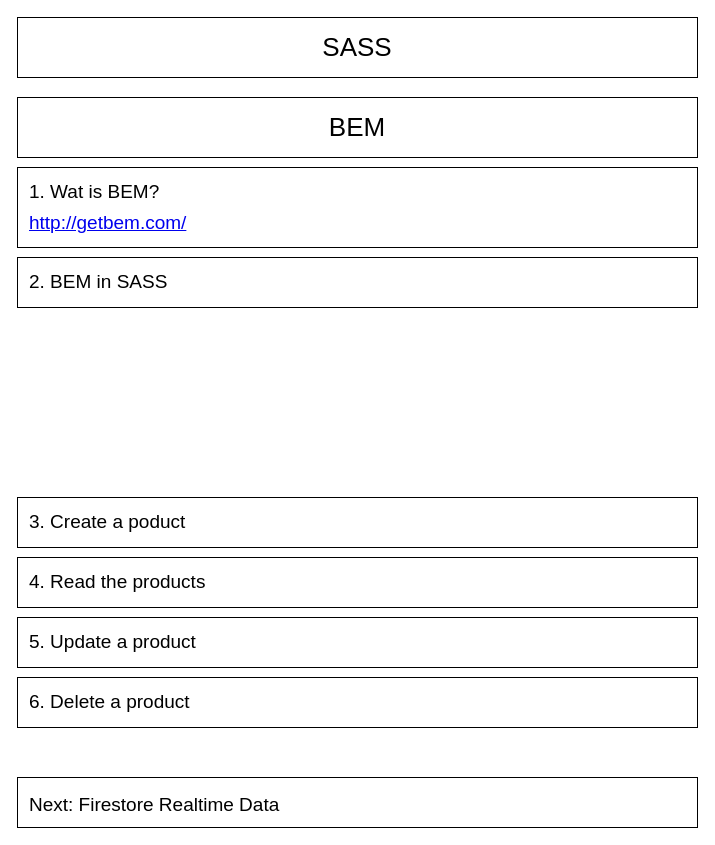
Above: page "BEM" (7 of 7) of schemes/sass.drawio in timdpaep/screencast-assets (draw.io), before the change. Source tidied: cells renumbered, new cells numbered last; positions are measured from the earlier drawing's top-left corner, leaving out a move shared by most shapes. Both pictures are drawn from the tidied source at 100%, with x=0, y=0 at pixel (17, 17).
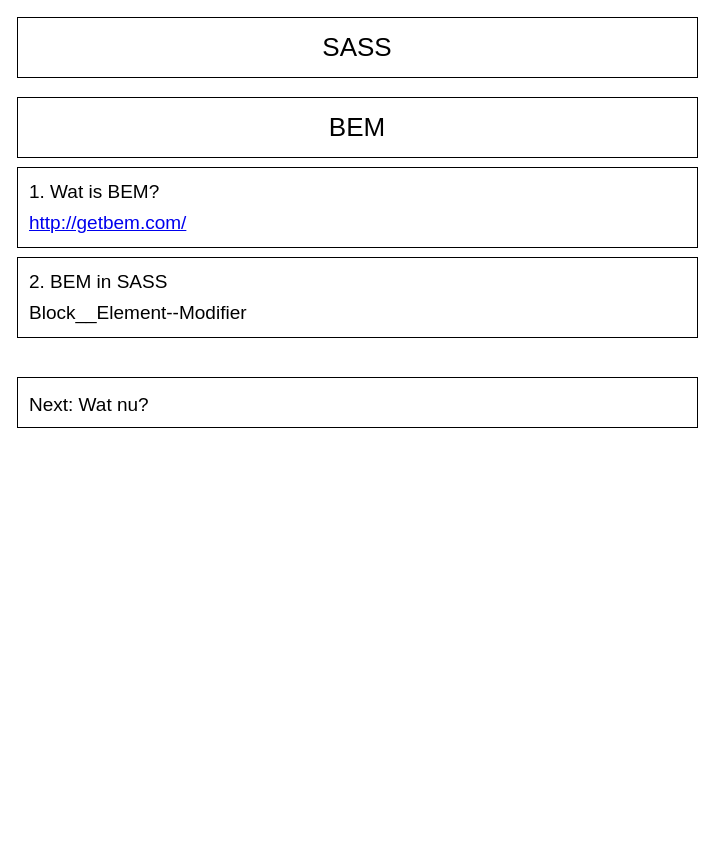
The same page after the edit.

Commit message (it also covers changes not shown here):
added the sass learning schema

What changed in the source:
```diff
@@
 <mxGraphModel>
   <root>
     <mxCell id="0" />
     <mxCell id="1" parent="0" />
     <mxCell id="2" value="&lt;font&gt;&lt;span style=&quot;font-size: 19px&quot;&gt;1. Wat is BEM?&lt;/span&gt;&lt;br&gt;&lt;span style=&quot;font-size: 19px&quot;&gt;&lt;a href=&quot;http://getbem.com/&quot;&gt;http://getbem.com/&lt;/a&gt;&lt;/span&gt;&lt;br&gt;&lt;/font&gt;" style="rounded=0;whiteSpace=wrap;html=1;fontSize=26;align=left;spacingLeft=10;verticalAlign=top;" parent="1" vertex="1">
       <mxGeometry y="150" width="680" height="80" as="geometry" />
     </mxCell>
     <mxCell id="3" value="BEM" style="rounded=0;whiteSpace=wrap;html=1;fontSize=26;" parent="1" vertex="1">
       <mxGeometry y="80" width="680" height="60" as="geometry" />
     </mxCell>
-    <mxCell id="4" value="&lt;font&gt;&lt;span style=&quot;font-size: 19px&quot;&gt;2. BEM in SASS&lt;/span&gt;&lt;span style=&quot;font-size: 19px&quot;&gt;&lt;br&gt;&lt;/span&gt;&lt;/font&gt;" style="rounded=0;whiteSpace=wrap;html=1;fontSize=26;align=left;spacingLeft=10;verticalAlign=top;" parent="1" vertex="1">
-      <mxGeometry y="240" width="680" height="50" as="geometry" />
+    <mxCell id="4" value="&lt;font&gt;&lt;span style=&quot;font-size: 19px&quot;&gt;2. BEM in SASS&lt;br&gt;&lt;/span&gt;&lt;span style=&quot;font-size: 19px&quot;&gt;Block__Element--Modifier&lt;br&gt;&lt;/span&gt;&lt;/font&gt;" style="rounded=0;whiteSpace=wrap;html=1;fontSize=26;align=left;spacingLeft=10;verticalAlign=top;" parent="1" vertex="1">
+      <mxGeometry y="240" width="680" height="80" as="geometry" />
     </mxCell>
-    <mxCell id="5" value="&lt;font style=&quot;font-size: 19px&quot;&gt;Next: Firestore Realtime Data&lt;br&gt;&lt;/font&gt;" style="rounded=0;whiteSpace=wrap;html=1;fontSize=26;align=left;spacingLeft=10;" parent="1" vertex="1">
-      <mxGeometry y="760" width="680" height="50" as="geometry" />
+    <mxCell id="5" value="&lt;font style=&quot;font-size: 19px&quot;&gt;Next: Wat nu?&lt;br&gt;&lt;/font&gt;" style="rounded=0;whiteSpace=wrap;html=1;fontSize=26;align=left;spacingLeft=10;" parent="1" vertex="1">
+      <mxGeometry y="360" width="680" height="50" as="geometry" />
     </mxCell>
     <mxCell id="6" value="SASS" style="rounded=0;whiteSpace=wrap;html=1;fontSize=26;" parent="1" vertex="1">
       <mxGeometry width="680" height="60" as="geometry" />
     </mxCell>
-    <mxCell id="7" value="&lt;font&gt;&lt;span style=&quot;font-size: 19px&quot;&gt;3. Create a poduct&lt;br&gt;&lt;/span&gt;&lt;/font&gt;" style="rounded=0;whiteSpace=wrap;html=1;fontSize=26;align=left;spacingLeft=10;verticalAlign=top;" parent="1" vertex="1">
-      <mxGeometry y="480" width="680" height="50" as="geometry" />
-    </mxCell>
-    <mxCell id="8" value="&lt;font&gt;&lt;span style=&quot;font-size: 19px&quot;&gt;5. Update a product&lt;br&gt;&lt;/span&gt;&lt;/font&gt;" style="rounded=0;whiteSpace=wrap;html=1;fontSize=26;align=left;spacingLeft=10;verticalAlign=top;" parent="1" vertex="1">
-      <mxGeometry y="600" width="680" height="50" as="geometry" />
-    </mxCell>
-    <mxCell id="9" value="&lt;font&gt;&lt;span style=&quot;font-size: 19px&quot;&gt;4. Read the products&lt;br&gt;&lt;/span&gt;&lt;/font&gt;" style="rounded=0;whiteSpace=wrap;html=1;fontSize=26;align=left;spacingLeft=10;verticalAlign=top;" parent="1" vertex="1">
-      <mxGeometry y="540" width="680" height="50" as="geometry" />
-    </mxCell>
-    <mxCell id="10" value="&lt;font&gt;&lt;span style=&quot;font-size: 19px&quot;&gt;6. Delete a product&lt;br&gt;&lt;/span&gt;&lt;/font&gt;" style="rounded=0;whiteSpace=wrap;html=1;fontSize=26;align=left;spacingLeft=10;verticalAlign=top;" parent="1" vertex="1">
-      <mxGeometry y="660" width="680" height="50" as="geometry" />
-    </mxCell>
   </root>
 </mxGraphModel>
```
